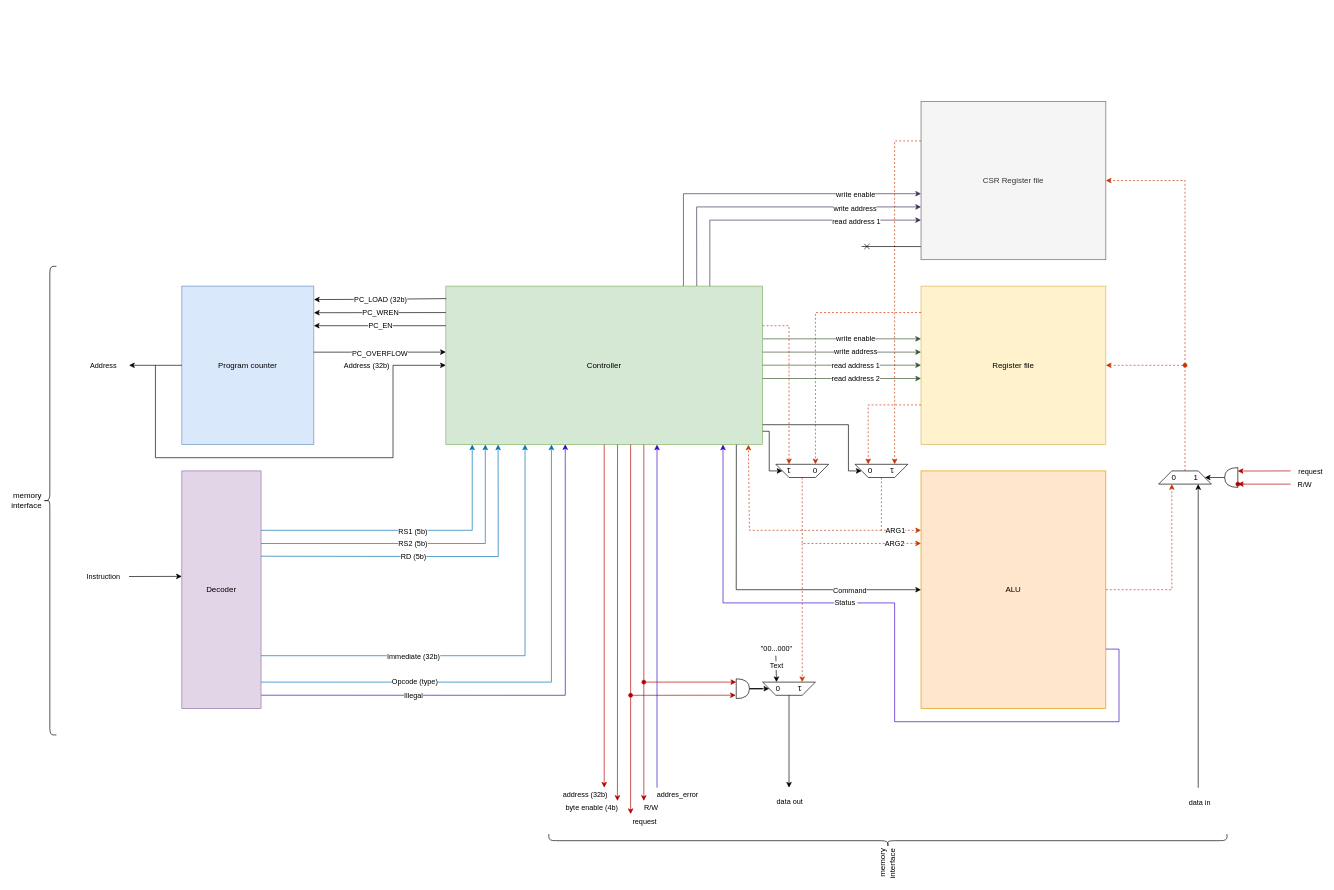
Before: core.drawio in lheywang/RV32, a draw.io diagram. Source tidied: cells renumbered, new cells numbered last; positions are measured from the earlier drawing's top-left corner, leaving out a move shared by most shapes. Both pictures are drawn from the tidied source at 66%, with x=0, y=0 at pixel (43, 101).
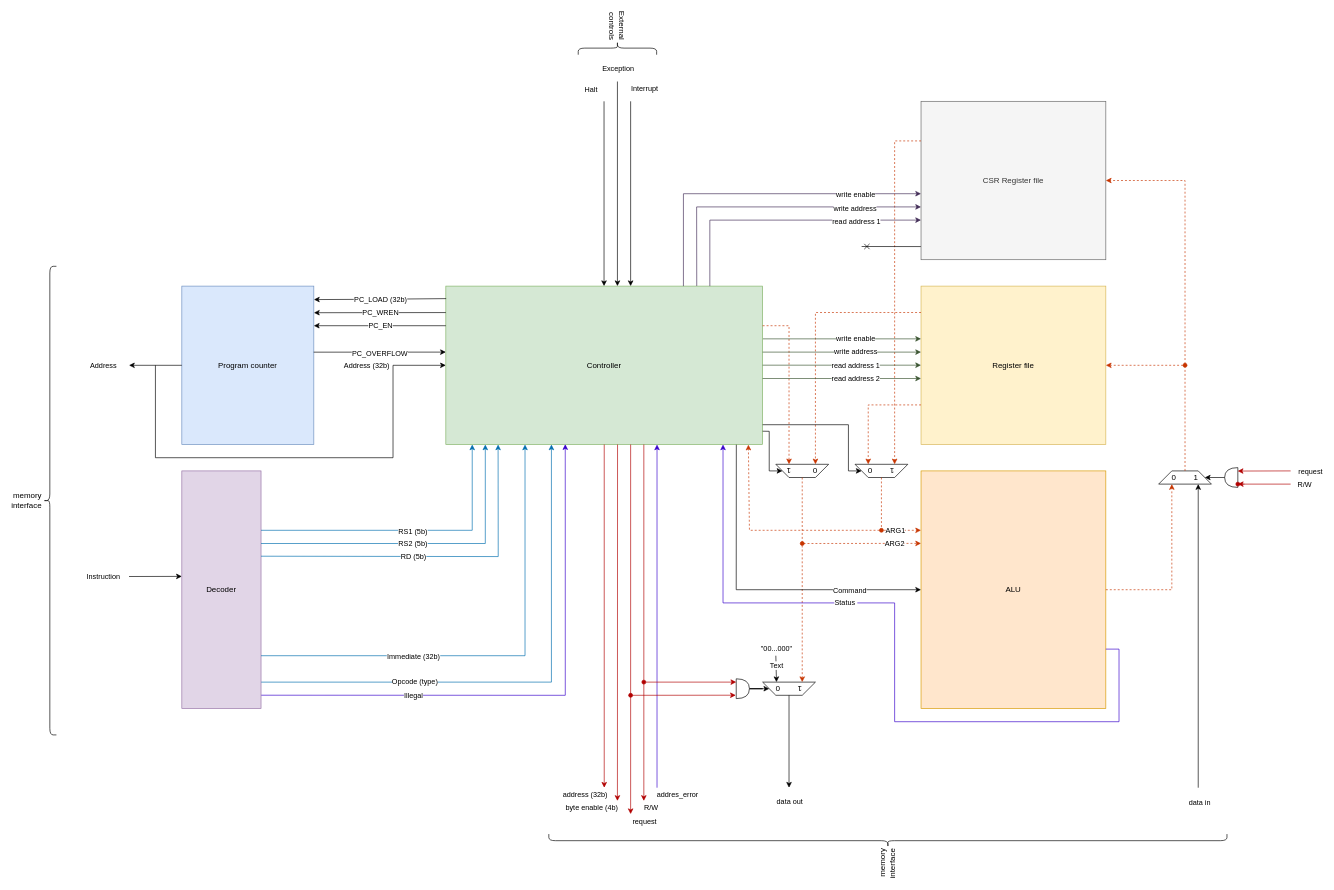
Above is the later version.

The change refers to these unchanged cells:
```xml
<mxCell id="2" value="Controller" style="rounded=0;whiteSpace=wrap;html=1;fillColor=#d5e8d4;strokeColor=#82b366;" parent="1" vertex="1">
  <mxGeometry x="610" y="280" width="480" height="240" as="geometry" />
</mxCell>
<mxCell id="60" value="1&amp;nbsp; &amp;nbsp; &amp;nbsp; &amp;nbsp; 0" style="shape=trapezoid;perimeter=trapezoidPerimeter;whiteSpace=wrap;html=1;fixedSize=1;rotation=-180;" parent="1" vertex="1">
  <mxGeometry x="1090" y="880" width="80" height="20" as="geometry" />
</mxCell>
```

What changed in the source:
```diff
@@
-    <mxCell id="65" style="endArrow=classic;html=1;rounded=0;entryX=0.25;entryY=1;entryDx=0;entryDy=0;fillColor=#fa6800;strokeColor=#C73500;dashed=1;" parent="1" edge="1" target="60">
+    <mxCell id="65" style="endArrow=classic;html=1;rounded=0;entryX=0.25;entryY=1;entryDx=0;entryDy=0;fillColor=#fa6800;strokeColor=#C73500;dashed=1;startArrow=oval;startFill=1;" parent="1" edge="1" target="60">
       <mxGeometry relative="1" as="geometry">
         <mxPoint x="1150" y="670" as="sourcePoint" />
       </mxGeometry>
     </mxCell>
@@
-    <mxCell id="100" style="endArrow=classic;html=1;rounded=0;entryX=0.955;entryY=1.001;entryDx=0;entryDy=0;entryPerimeter=0;fillColor=#fa6800;strokeColor=#C73500;dashed=1;" parent="1" edge="1" target="2">
+    <mxCell id="100" style="endArrow=classic;html=1;rounded=0;entryX=0.955;entryY=1.001;entryDx=0;entryDy=0;entryPerimeter=0;fillColor=#fa6800;strokeColor=#C73500;dashed=1;startArrow=oval;startFill=1;" parent="1" edge="1" target="2">
       <mxGeometry relative="1" as="geometry">
         <mxPoint x="1270" y="650" as="sourcePoint" />
         <Array as="points">
           <mxPoint x="1070" y="650" />
         </Array>
       </mxGeometry>
     </mxCell>
@@
+    <mxCell id="102" style="endArrow=classic;html=1;" parent="1" edge="1">
+      <mxGeometry relative="1" as="geometry">
+        <mxPoint x="890" as="sourcePoint" />
+        <mxPoint x="890" y="280" as="targetPoint" />
+      </mxGeometry>
+    </mxCell>
+    <mxCell id="103" value="Interrupt" style="edgeLabel;html=1;align=center;verticalAlign=middle;" parent="102" vertex="1">
+      <mxGeometry x="-0.91" y="-3" relative="1" as="geometry">
+        <mxPoint x="23" y="-33" as="offset" />
+      </mxGeometry>
+    </mxCell>
+    <mxCell id="104" style="endArrow=classic;html=1;" parent="1" edge="1">
+      <mxGeometry relative="1" as="geometry">
+        <mxPoint x="870" y="-30" as="sourcePoint" />
+        <mxPoint x="870" y="280" as="targetPoint" />
+      </mxGeometry>
+    </mxCell>
+    <mxCell id="105" value="Exception" style="edgeLabel;html=1;align=center;verticalAlign=middle;" parent="104" vertex="1">
+      <mxGeometry x="-0.86" y="-3" relative="1" as="geometry">
+        <mxPoint x="3" y="-42" as="offset" />
+      </mxGeometry>
+    </mxCell>
+    <mxCell id="106" style="endArrow=classic;html=1;" parent="1" edge="1">
+      <mxGeometry relative="1" as="geometry">
+        <mxPoint x="849.7" as="sourcePoint" />
+        <mxPoint x="849.7" y="280" as="targetPoint" />
+      </mxGeometry>
+    </mxCell>
+    <mxCell id="107" value="Halt" style="edgeLabel;html=1;align=center;verticalAlign=middle;" parent="106" vertex="1">
+      <mxGeometry x="-0.86" y="-3" relative="1" as="geometry">
+        <mxPoint x="-17" y="-39" as="offset" />
+      </mxGeometry>
+    </mxCell>
+    <mxCell id="108" value="External controls" style="shape=curlyBracket;whiteSpace=wrap;html=1;rounded=1;labelPosition=left;verticalLabelPosition=middle;align=right;verticalAlign=middle;rotation=90;horizontal=1;direction=east;" parent="1" vertex="1">
+      <mxGeometry x="860" y="-140" width="20" height="118.8" as="geometry" />
+    </mxCell>
```
